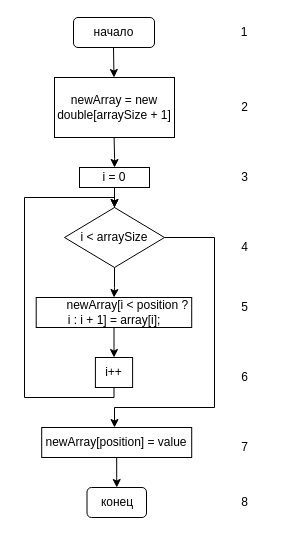
Above: 4/4.2.1.drawio in klep1koff/lifeishard (draw.io), before the change. Source tidied: cells renumbered, new cells numbered last; positions are measured from the earlier drawing's top-left corner, leaving out a move shared by most shapes. Both pictures are drawn from the tidied source at 100%, with x=0, y=0 at pixel (-54, 17).
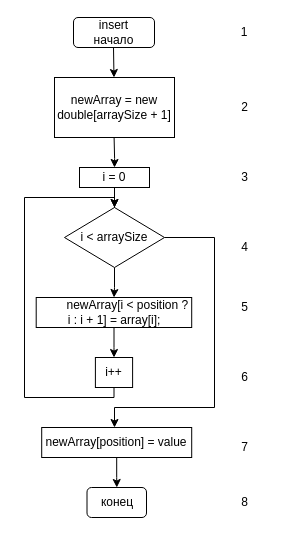
The same page after the edit.

The edit, as a diff of the source:
```diff
@@
-    <mxCell id="3" value="начало" style="rounded=1;whiteSpace=wrap;html=1;" parent="1" vertex="1">
+    <mxCell id="3" value="insert&lt;br&gt;начало" style="rounded=1;whiteSpace=wrap;html=1;" parent="1" vertex="1">
       <mxGeometry x="127" width="81" height="30" as="geometry" />
     </mxCell>
```
